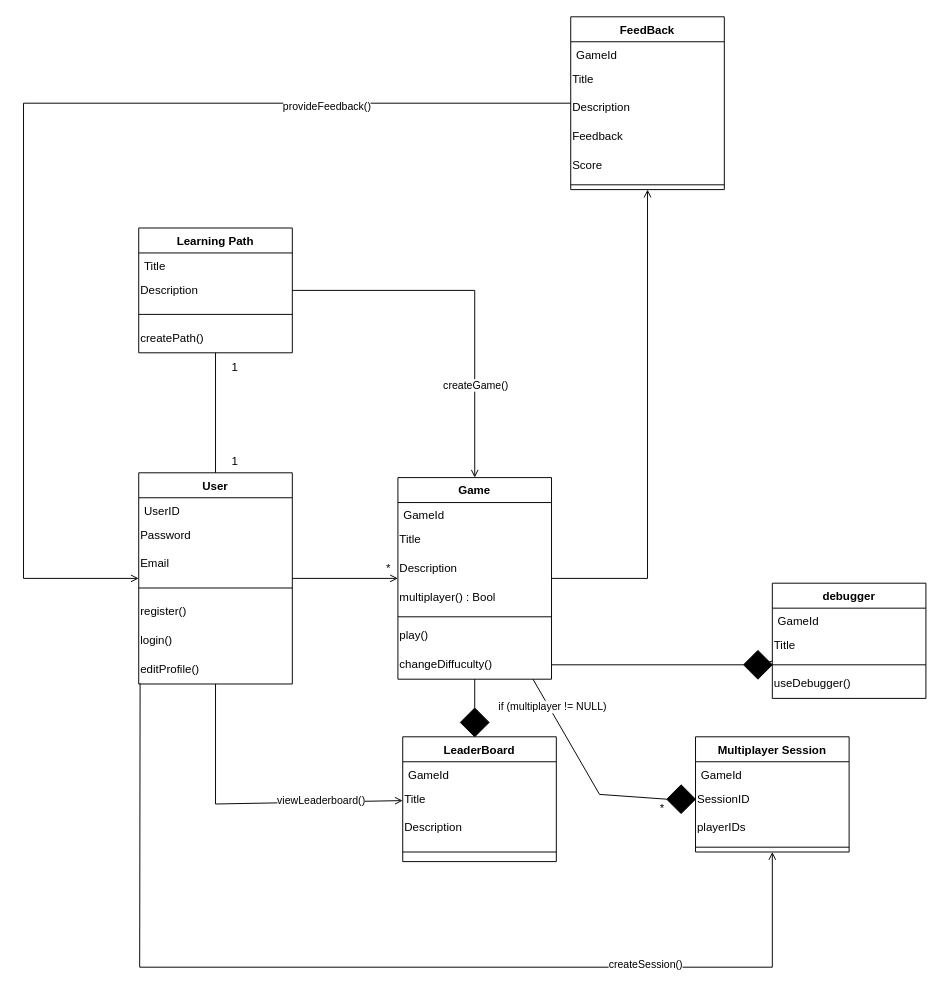
Above: System Design.drawio in sirfan123/1530 (draw.io), before the change. Source tidied: cells renumbered, new cells numbered last; positions are measured from the earlier drawing's top-left corner, leaving out a move shared by most shapes. Both pictures are drawn from the tidied source at 96%, with x=0, y=0 at pixel (23, 16).
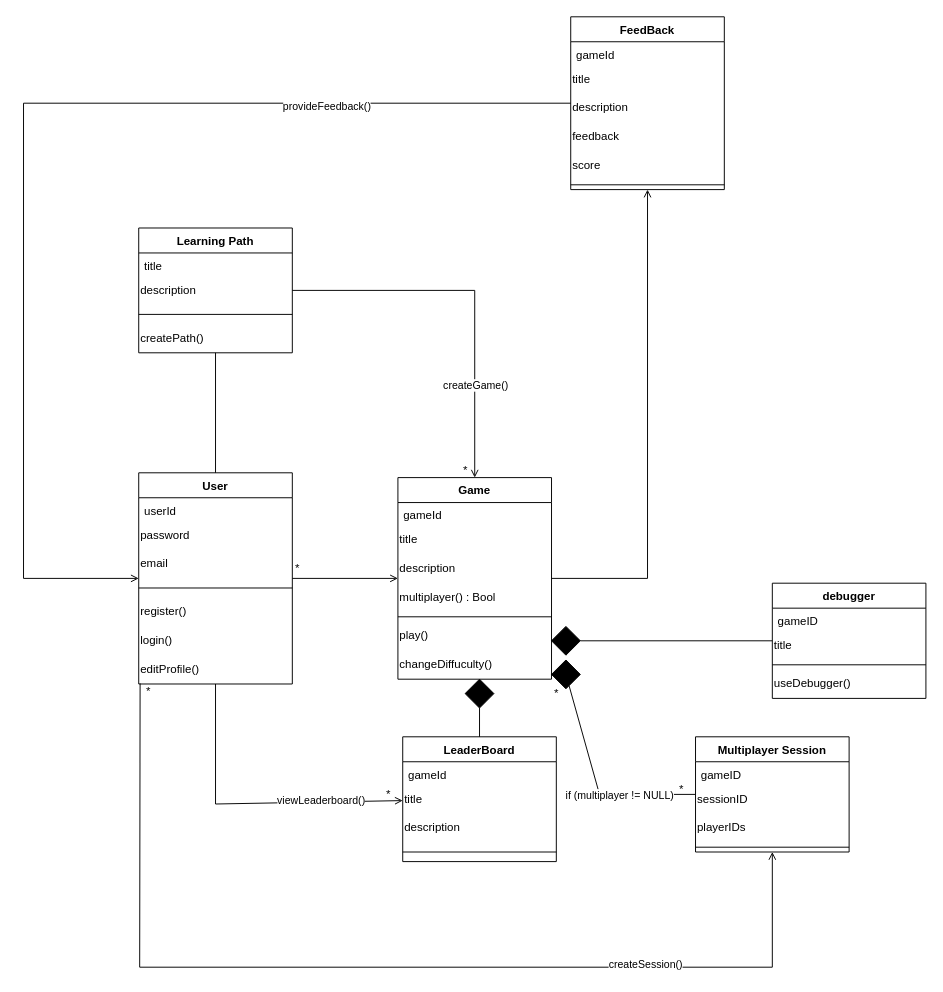
Above is the later version.

Unchanged cells that the change refers to:
```xml
<mxCell id="2" value="User" style="swimlane;fontStyle=1;align=center;verticalAlign=top;horizontal=1;startSize=26;whiteSpace=wrap;html=1;" parent="1" vertex="1">
  <mxGeometry x="120" y="475" width="160" height="220" as="geometry" />
</mxCell>
<mxCell id="10" value="Game" style="swimlane;fontStyle=1;align=center;verticalAlign=top;horizontal=1;startSize=26;whiteSpace=wrap;html=1;" parent="1" vertex="1">
  <mxGeometry x="390" y="480" width="160" height="210" as="geometry" />
</mxCell>
<mxCell id="17" value="changeDiffuculty()" style="text;html=1;align=left;verticalAlign=middle;points=[];strokeColor=none;fillColor=none;" parent="10" vertex="1">
  <mxGeometry y="180" width="160" height="30" as="geometry" />
</mxCell>
<mxCell id="20" value="LeaderBoard" style="swimlane;fontStyle=1;align=center;verticalAlign=top;horizontal=1;startSize=26;whiteSpace=wrap;html=1;" parent="1" vertex="1">
  <mxGeometry x="395" y="750" width="160" height="130" as="geometry" />
</mxCell>
<mxCell id="30" value="Learning Path" style="swimlane;fontStyle=1;align=center;verticalAlign=top;horizontal=1;startSize=26;whiteSpace=wrap;html=1;" parent="1" vertex="1">
  <mxGeometry x="120" y="220" width="160" height="130" as="geometry" />
</mxCell>
<mxCell id="40" value="FeedBack" style="swimlane;fontStyle=1;align=center;verticalAlign=top;horizontal=1;startSize=26;whiteSpace=wrap;html=1;" parent="1" vertex="1">
  <mxGeometry x="570" width="160" height="180" as="geometry" />
</mxCell>
<mxCell id="51" value="debugger" style="swimlane;fontStyle=1;align=center;verticalAlign=top;horizontal=1;startSize=26;whiteSpace=wrap;html=1;" parent="1" vertex="1">
  <mxGeometry x="780" y="590" width="160" height="120" as="geometry" />
</mxCell>
<mxCell id="58" value="Multiplayer Session" style="swimlane;fontStyle=1;align=center;verticalAlign=top;horizontal=1;startSize=26;whiteSpace=wrap;html=1;" parent="1" vertex="1">
  <mxGeometry x="700" y="750" width="160" height="120" as="geometry" />
</mxCell>
```

What changed in the source:
```diff
@@
-    <mxCell id="3" value="UserID" style="text;strokeColor=none;fillColor=none;align=left;verticalAlign=top;spacingLeft=4;spacingRight=4;overflow=hidden;whiteSpace=wrap;html=1;" parent="2" vertex="1">
+    <mxCell id="3" value="userId" style="text;strokeColor=none;fillColor=none;align=left;verticalAlign=top;spacingLeft=4;spacingRight=4;overflow=hidden;whiteSpace=wrap;html=1;" parent="2" vertex="1">
       <mxGeometry y="26" width="160" height="24" as="geometry" />
     </mxCell>
-    <mxCell id="4" value="Password" style="text;html=1;align=left;verticalAlign=middle;strokeColor=none;fillColor=none;" parent="2" vertex="1">
+    <mxCell id="4" value="password" style="text;html=1;align=left;verticalAlign=middle;strokeColor=none;fillColor=none;" parent="2" vertex="1">
       <mxGeometry y="50" width="160" height="30" as="geometry" />
     </mxCell>
-    <mxCell id="5" value="Email" style="text;html=1;align=left;verticalAlign=middle;strokeColor=none;fillColor=none;" parent="2" vertex="1">
+    <mxCell id="5" value="email" style="text;html=1;align=left;verticalAlign=middle;strokeColor=none;fillColor=none;" parent="2" vertex="1">
       <mxGeometry y="80" width="160" height="30" as="geometry" />
     </mxCell>
@@
-    <mxCell id="11" value="GameId" style="text;strokeColor=none;fillColor=none;align=left;verticalAlign=top;spacingLeft=4;spacingRight=4;overflow=hidden;whiteSpace=wrap;html=1;" parent="10" vertex="1">
+    <mxCell id="11" value="gameId" style="text;strokeColor=none;fillColor=none;align=left;verticalAlign=top;spacingLeft=4;spacingRight=4;overflow=hidden;whiteSpace=wrap;html=1;" parent="10" vertex="1">
       <mxGeometry y="26" width="160" height="24" as="geometry" />
     </mxCell>
-    <mxCell id="12" value="Title" style="text;html=1;align=left;verticalAlign=middle;strokeColor=none;fillColor=none;" parent="10" vertex="1">
+    <mxCell id="12" value="title" style="text;html=1;align=left;verticalAlign=middle;strokeColor=none;fillColor=none;" parent="10" vertex="1">
       <mxGeometry y="50" width="160" height="30" as="geometry" />
     </mxCell>
-    <mxCell id="13" value="Description" style="text;html=1;align=left;verticalAlign=middle;strokeColor=none;fillColor=none;" parent="10" vertex="1">
+    <mxCell id="13" value="description" style="text;html=1;align=left;verticalAlign=middle;strokeColor=none;fillColor=none;" parent="10" vertex="1">
       <mxGeometry y="80" width="160" height="30" as="geometry" />
     </mxCell>
@@
     <mxCell id="19" value="*" style="text;html=1;align=center;verticalAlign=middle;strokeColor=none;fillColor=none;" parent="1" vertex="1">
-      <mxGeometry x="365" y="560" width="30" height="30" as="geometry" />
+      <mxGeometry x="270" y="560" width="30" height="30" as="geometry" />
     </mxCell>
@@
-    <mxCell id="21" value="GameId" style="text;strokeColor=none;fillColor=none;align=left;verticalAlign=top;spacingLeft=4;spacingRight=4;overflow=hidden;whiteSpace=wrap;html=1;" parent="20" vertex="1">
+    <mxCell id="21" value="gameId" style="text;strokeColor=none;fillColor=none;align=left;verticalAlign=top;spacingLeft=4;spacingRight=4;overflow=hidden;whiteSpace=wrap;html=1;" parent="20" vertex="1">
       <mxGeometry y="26" width="160" height="24" as="geometry" />
     </mxCell>
-    <mxCell id="22" value="Title" style="text;html=1;align=left;verticalAlign=middle;strokeColor=none;fillColor=none;" parent="20" vertex="1">
+    <mxCell id="22" value="title" style="text;html=1;align=left;verticalAlign=middle;strokeColor=none;fillColor=none;" parent="20" vertex="1">
       <mxGeometry y="50" width="160" height="30" as="geometry" />
     </mxCell>
-    <mxCell id="23" value="Description" style="text;html=1;align=left;verticalAlign=middle;strokeColor=none;fillColor=none;" parent="20" vertex="1">
+    <mxCell id="23" value="description" style="text;html=1;align=left;verticalAlign=middle;strokeColor=none;fillColor=none;" parent="20" vertex="1">
       <mxGeometry y="80" width="160" height="30" as="geometry" />
     </mxCell>
@@
-    <mxCell id="26" style="endArrow=none;html=1;rounded=0;endFill=0;" parent="1" edge="1" source="10" target="27">
-      <mxGeometry relative="1" as="geometry" />
-    </mxCell>
     <mxCell id="27" style="rhombus;whiteSpace=wrap;html=1;fillColor=#000000;" parent="1" vertex="1">
-      <mxGeometry x="455" y="720" width="30" height="30" as="geometry" />
+      <mxGeometry x="460" y="690" width="30" height="30" as="geometry" />
     </mxCell>
@@
-    <mxCell id="31" value="Title" style="text;strokeColor=none;fillColor=none;align=left;verticalAlign=top;spacingLeft=4;spacingRight=4;overflow=hidden;whiteSpace=wrap;html=1;" parent="30" vertex="1">
+    <mxCell id="31" value="title" style="text;strokeColor=none;fillColor=none;align=left;verticalAlign=top;spacingLeft=4;spacingRight=4;overflow=hidden;whiteSpace=wrap;html=1;" parent="30" vertex="1">
       <mxGeometry y="26" width="160" height="24" as="geometry" />
     </mxCell>
-    <mxCell id="32" value="Description&amp;nbsp;" style="text;html=1;align=left;verticalAlign=middle;strokeColor=none;fillColor=none;" parent="30" vertex="1">
+    <mxCell id="32" value="description" style="text;html=1;align=left;verticalAlign=middle;strokeColor=none;fillColor=none;" parent="30" vertex="1">
       <mxGeometry y="50" width="160" height="30" as="geometry" />
     </mxCell>
@@
-    <mxCell id="36" value="1" style="text;html=1;align=center;verticalAlign=middle;strokeColor=none;fillColor=none;" parent="1" vertex="1">
-      <mxGeometry x="205" y="448" width="30" height="30" as="geometry" />
-    </mxCell>
-    <mxCell id="37" value="1" style="text;html=1;align=center;verticalAlign=middle;strokeColor=none;fillColor=none;" parent="1" vertex="1">
-      <mxGeometry x="205" y="350" width="30" height="30" as="geometry" />
-    </mxCell>
@@
-    <mxCell id="41" value="GameId" style="text;strokeColor=none;fillColor=none;align=left;verticalAlign=top;spacingLeft=4;spacingRight=4;overflow=hidden;whiteSpace=wrap;html=1;" parent="40" vertex="1">
+    <mxCell id="41" value="gameId" style="text;strokeColor=none;fillColor=none;align=left;verticalAlign=top;spacingLeft=4;spacingRight=4;overflow=hidden;whiteSpace=wrap;html=1;" parent="40" vertex="1">
       <mxGeometry y="26" width="160" height="24" as="geometry" />
     </mxCell>
-    <mxCell id="42" value="Title" style="text;html=1;align=left;verticalAlign=middle;strokeColor=none;fillColor=none;" parent="40" vertex="1">
+    <mxCell id="42" value="title" style="text;html=1;align=left;verticalAlign=middle;strokeColor=none;fillColor=none;" parent="40" vertex="1">
       <mxGeometry y="50" width="160" height="30" as="geometry" />
     </mxCell>
-    <mxCell id="43" value="Description" style="text;html=1;align=left;verticalAlign=middle;strokeColor=none;fillColor=none;" parent="40" vertex="1">
+    <mxCell id="43" value="description" style="text;html=1;align=left;verticalAlign=middle;strokeColor=none;fillColor=none;" parent="40" vertex="1">
       <mxGeometry y="80" width="160" height="30" as="geometry" />
     </mxCell>
-    <mxCell id="44" value="Feedback" style="text;html=1;align=left;verticalAlign=middle;strokeColor=none;fillColor=none;" parent="40" vertex="1">
+    <mxCell id="44" value="feedback" style="text;html=1;align=left;verticalAlign=middle;strokeColor=none;fillColor=none;" parent="40" vertex="1">
       <mxGeometry y="110" width="160" height="30" as="geometry" />
     </mxCell>
-    <mxCell id="45" value="Score" style="text;html=1;align=left;verticalAlign=middle;strokeColor=none;fillColor=none;" parent="40" vertex="1">
+    <mxCell id="45" value="score" style="text;html=1;align=left;verticalAlign=middle;strokeColor=none;fillColor=none;" parent="40" vertex="1">
       <mxGeometry y="140" width="160" height="30" as="geometry" />
     </mxCell>
@@
-    <mxCell id="50" style="endArrow=none;html=1;rounded=0;" parent="1" edge="1" source="57" target="17">
-      <mxGeometry relative="1" as="geometry" />
-    </mxCell>
@@
-    <mxCell id="52" value="GameId" style="text;strokeColor=none;fillColor=none;align=left;verticalAlign=top;spacingLeft=4;spacingRight=4;overflow=hidden;whiteSpace=wrap;html=1;" parent="51" vertex="1">
+    <mxCell id="52" value="gameID" style="text;strokeColor=none;fillColor=none;align=left;verticalAlign=top;spacingLeft=4;spacingRight=4;overflow=hidden;whiteSpace=wrap;html=1;" parent="51" vertex="1">
       <mxGeometry y="26" width="160" height="24" as="geometry" />
     </mxCell>
-    <mxCell id="53" value="Title" style="text;html=1;align=left;verticalAlign=middle;strokeColor=none;fillColor=none;" parent="51" vertex="1">
+    <mxCell id="53" value="title" style="text;html=1;align=left;verticalAlign=middle;strokeColor=none;fillColor=none;" parent="51" vertex="1">
       <mxGeometry y="50" width="160" height="30" as="geometry" />
     </mxCell>
@@
     <mxCell id="57" style="rhombus;whiteSpace=wrap;html=1;fillColor=#000000;" parent="1" vertex="1">
-      <mxGeometry x="750" y="660" width="30" height="30" as="geometry" />
+      <mxGeometry x="550" y="635" width="30" height="30" as="geometry" />
     </mxCell>
@@
-    <mxCell id="59" value="GameId" style="text;strokeColor=none;fillColor=none;align=left;verticalAlign=top;spacingLeft=4;spacingRight=4;overflow=hidden;whiteSpace=wrap;html=1;" parent="58" vertex="1">
+    <mxCell id="59" value="gameID" style="text;strokeColor=none;fillColor=none;align=left;verticalAlign=top;spacingLeft=4;spacingRight=4;overflow=hidden;whiteSpace=wrap;html=1;" parent="58" vertex="1">
       <mxGeometry y="26" width="160" height="24" as="geometry" />
     </mxCell>
-    <mxCell id="60" value="SessionID" style="text;html=1;align=left;verticalAlign=middle;strokeColor=none;fillColor=none;" parent="58" vertex="1">
+    <mxCell id="60" value="sessionID" style="text;html=1;align=left;verticalAlign=middle;strokeColor=none;fillColor=none;" parent="58" vertex="1">
       <mxGeometry y="50" width="160" height="30" as="geometry" />
     </mxCell>
@@
-    <mxCell id="63" style="endArrow=none;html=1;rounded=0;endFill=0;entryX=0;entryY=0.5;entryDx=0;entryDy=0;" parent="1" edge="1" source="10" target="65">
+    <mxCell id="63" style="endArrow=none;html=1;rounded=0;endFill=0;" parent="1" edge="1" source="58" target="65">
       <mxGeometry relative="1" as="geometry">
         <Array as="points">
           <mxPoint x="600" y="810" />
         </Array>
       </mxGeometry>
     </mxCell>
     <mxCell id="64" value="if (multiplayer != NULL)" style="edgeLabel;html=1;align=center;verticalAlign=middle;" parent="63" vertex="1">
-      <mxGeometry x="-0.66" y="3" relative="1" as="geometry" />
+      <mxGeometry x="-0.66" y="3" relative="1" as="geometry">
+        <mxPoint x="-43" y="-3" as="offset" />
+      </mxGeometry>
     </mxCell>
     <mxCell id="65" style="rhombus;whiteSpace=wrap;html=1;fillColor=#000000;" parent="1" vertex="1">
-      <mxGeometry x="670" y="800" width="30" height="30" as="geometry" />
+      <mxGeometry x="550" y="670" width="30" height="30" as="geometry" />
     </mxCell>
     <mxCell id="66" value="*" style="text;html=1;align=center;verticalAlign=middle;strokeColor=none;fillColor=none;" parent="1" vertex="1">
-      <mxGeometry x="650" y="810" width="30" height="30" as="geometry" />
+      <mxGeometry x="540" y="690" width="30" height="30" as="geometry" />
     </mxCell>
@@
+    <mxCell id="69" value="*" style="text;html=1;align=center;verticalAlign=middle;strokeColor=none;fillColor=none;" parent="1" vertex="1">
+      <mxGeometry x="115" y="688" width="30" height="30" as="geometry" />
+    </mxCell>
+    <mxCell id="70" value="*" style="text;html=1;align=center;verticalAlign=middle;strokeColor=none;fillColor=none;" parent="1" vertex="1">
+      <mxGeometry x="445" y="458" width="30" height="30" as="geometry" />
+    </mxCell>
+    <mxCell id="71" value="*" style="text;html=1;align=center;verticalAlign=middle;strokeColor=none;fillColor=none;" parent="1" vertex="1">
+      <mxGeometry x="365" y="795" width="30" height="30" as="geometry" />
+    </mxCell>
+    <mxCell id="72" value="*" style="text;html=1;align=center;verticalAlign=middle;strokeColor=none;fillColor=none;" parent="1" vertex="1">
+      <mxGeometry x="670" y="790" width="30" height="30" as="geometry" />
+    </mxCell>
```
